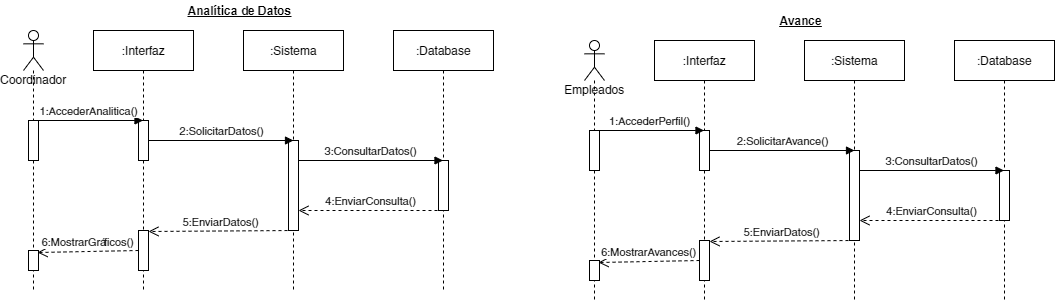
The draw.io diagram diagrams/C1.4_UML_Casos_de_uso_secuencia_clases/C1.4_Secuencia_2.png in edgarcastillo17/analisisavanzadosoftware, before a commit. Source tidied: cells renumbered, new cells last; positions are measured from the earlier drawing's top-left corner, leaving out a move shared by most shapes. Its diagram source:
```xml
<mxGraphModel>
  <root>
    <mxCell id="0" />
    <mxCell id="1" parent="0" />
    <mxCell id="2" value="Coordinador" style="shape=umlLifeline;participant=umlActor;perimeter=lifelinePerimeter;whiteSpace=wrap;html=1;verticalAlign=top;spacingTop=36;" parent="1" vertex="1">
      <mxGeometry y="30" width="20" height="260" as="geometry" />
    </mxCell>
    <mxCell id="3" style="html=1;perimeter=orthogonalPerimeter;" parent="2" vertex="1">
      <mxGeometry x="5" y="90" width="10" height="40" as="geometry" />
    </mxCell>
    <mxCell id="4" style="html=1;points=[];perimeter=orthogonalPerimeter;" parent="2" vertex="1">
      <mxGeometry x="5" y="220" width="10" height="20" as="geometry" />
    </mxCell>
    <mxCell id="5" value=":Interfaz" style="shape=umlLifeline;perimeter=lifelinePerimeter;whiteSpace=wrap;html=1;" parent="1" vertex="1">
      <mxGeometry x="70" y="30" width="100" height="260" as="geometry" />
    </mxCell>
    <mxCell id="6" style="html=1;perimeter=orthogonalPerimeter;" parent="5" vertex="1">
      <mxGeometry x="45" y="90" width="10" height="40" as="geometry" />
    </mxCell>
    <mxCell id="7" style="html=1;points=[];perimeter=orthogonalPerimeter;" parent="5" vertex="1">
      <mxGeometry x="45" y="200" width="10" height="40" as="geometry" />
    </mxCell>
    <mxCell id="8" value=":Sistema" style="shape=umlLifeline;perimeter=lifelinePerimeter;whiteSpace=wrap;html=1;" parent="1" vertex="1">
      <mxGeometry x="220" y="30" width="100" height="260" as="geometry" />
    </mxCell>
    <mxCell id="9" style="html=1;points=[];perimeter=orthogonalPerimeter;" parent="8" vertex="1">
      <mxGeometry x="45" y="110" width="10" height="90" as="geometry" />
    </mxCell>
    <mxCell id="10" value=":Database" style="shape=umlLifeline;perimeter=lifelinePerimeter;whiteSpace=wrap;html=1;outlineConnect=0;" parent="1" vertex="1">
      <mxGeometry x="370" y="30" width="100" height="260" as="geometry" />
    </mxCell>
    <mxCell id="11" style="html=1;perimeter=orthogonalPerimeter;" parent="10" vertex="1">
      <mxGeometry x="45" y="130" width="10" height="50" as="geometry" />
    </mxCell>
    <mxCell id="12" value="1:AccederAnalitica()" style="html=1;verticalAlign=bottom;endArrow=block;" parent="1" edge="1">
      <mxGeometry relative="1" as="geometry">
        <mxPoint x="10" y="120" as="sourcePoint" />
        <mxPoint x="119.5" y="120" as="targetPoint" />
      </mxGeometry>
    </mxCell>
    <mxCell id="13" value="2:SolicitarDatos()" style="html=1;verticalAlign=bottom;endArrow=block;entryX=0.5;entryY=0;entryDx=0;entryDy=0;entryPerimeter=0;" parent="1" edge="1" target="9">
      <mxGeometry relative="1" as="geometry">
        <mxPoint x="125" y="140" as="sourcePoint" />
      </mxGeometry>
    </mxCell>
    <mxCell id="14" value="3:ConsultarDatos()" style="html=1;verticalAlign=bottom;endArrow=block;" parent="1" edge="1" target="10">
      <mxGeometry relative="1" as="geometry">
        <mxPoint x="275" y="160" as="sourcePoint" />
      </mxGeometry>
    </mxCell>
    <mxCell id="15" value="4:EnviarConsulta()" style="html=1;verticalAlign=bottom;endArrow=open;dashed=1;endSize=8;" parent="1" edge="1" target="9">
      <mxGeometry relative="1" as="geometry">
        <mxPoint x="420" y="210" as="sourcePoint" />
      </mxGeometry>
    </mxCell>
    <mxCell id="16" value="5:EnviarDatos()" style="html=1;verticalAlign=bottom;endArrow=open;dashed=1;endSize=8;entryX=1;entryY=0.025;entryDx=0;entryDy=0;entryPerimeter=0;" parent="1" edge="1" target="7">
      <mxGeometry relative="1" as="geometry">
        <mxPoint x="270" y="230" as="sourcePoint" />
      </mxGeometry>
    </mxCell>
    <mxCell id="17" value="6:MostrarGráficos()" style="html=1;verticalAlign=bottom;endArrow=open;dashed=1;endSize=8;entryX=0.9;entryY=0.1;entryDx=0;entryDy=0;entryPerimeter=0;" parent="1" edge="1" target="4">
      <mxGeometry relative="1" as="geometry">
        <mxPoint x="115" y="250" as="sourcePoint" />
      </mxGeometry>
    </mxCell>
    <mxCell id="18" value="&lt;b&gt;&lt;u&gt;Analítica de Datos&lt;/u&gt;&lt;/b&gt;" style="text;html=1;align=center;verticalAlign=middle;" parent="1" vertex="1">
      <mxGeometry x="156" width="120" height="20" as="geometry" />
    </mxCell>
    <mxCell id="19" value="Empleados" style="shape=umlLifeline;participant=umlActor;perimeter=lifelinePerimeter;whiteSpace=wrap;html=1;verticalAlign=top;spacingTop=36;" parent="1" vertex="1">
      <mxGeometry x="561" y="40" width="20" height="260" as="geometry" />
    </mxCell>
    <mxCell id="20" style="html=1;perimeter=orthogonalPerimeter;" parent="19" vertex="1">
      <mxGeometry x="5" y="90" width="10" height="40" as="geometry" />
    </mxCell>
    <mxCell id="21" style="html=1;points=[];perimeter=orthogonalPerimeter;" parent="19" vertex="1">
      <mxGeometry x="5" y="220" width="10" height="20" as="geometry" />
    </mxCell>
    <mxCell id="22" value=":Interfaz" style="shape=umlLifeline;perimeter=lifelinePerimeter;whiteSpace=wrap;html=1;" parent="1" vertex="1">
      <mxGeometry x="631" y="40" width="100" height="260" as="geometry" />
    </mxCell>
    <mxCell id="23" style="html=1;perimeter=orthogonalPerimeter;" parent="22" vertex="1">
      <mxGeometry x="45" y="90" width="10" height="40" as="geometry" />
    </mxCell>
    <mxCell id="24" style="html=1;points=[];perimeter=orthogonalPerimeter;" parent="22" vertex="1">
      <mxGeometry x="45" y="200" width="10" height="40" as="geometry" />
    </mxCell>
    <mxCell id="25" value=":Sistema" style="shape=umlLifeline;perimeter=lifelinePerimeter;whiteSpace=wrap;html=1;" parent="1" vertex="1">
      <mxGeometry x="781" y="40" width="100" height="260" as="geometry" />
    </mxCell>
    <mxCell id="26" style="html=1;points=[];perimeter=orthogonalPerimeter;" parent="25" vertex="1">
      <mxGeometry x="45" y="110" width="10" height="90" as="geometry" />
    </mxCell>
    <mxCell id="27" value=":Database" style="shape=umlLifeline;perimeter=lifelinePerimeter;whiteSpace=wrap;html=1;outlineConnect=0;" parent="1" vertex="1">
      <mxGeometry x="931" y="40" width="100" height="260" as="geometry" />
    </mxCell>
    <mxCell id="28" style="html=1;perimeter=orthogonalPerimeter;" parent="27" vertex="1">
      <mxGeometry x="45" y="130" width="10" height="50" as="geometry" />
    </mxCell>
    <mxCell id="29" value="1:AccederPerfil()" style="html=1;verticalAlign=bottom;endArrow=block;" parent="1" edge="1">
      <mxGeometry relative="1" as="geometry">
        <mxPoint x="571" y="130" as="sourcePoint" />
        <mxPoint x="680.5" y="130" as="targetPoint" />
      </mxGeometry>
    </mxCell>
    <mxCell id="30" value="2:SolicitarAvance()" style="html=1;verticalAlign=bottom;endArrow=block;entryX=0.5;entryY=0;entryDx=0;entryDy=0;entryPerimeter=0;" parent="1" edge="1" target="26">
      <mxGeometry relative="1" as="geometry">
        <mxPoint x="686" y="150" as="sourcePoint" />
      </mxGeometry>
    </mxCell>
    <mxCell id="31" value="3:ConsultarDatos()" style="html=1;verticalAlign=bottom;endArrow=block;" parent="1" edge="1" target="27">
      <mxGeometry relative="1" as="geometry">
        <mxPoint x="836" y="170" as="sourcePoint" />
      </mxGeometry>
    </mxCell>
    <mxCell id="32" value="4:EnviarConsulta()" style="html=1;verticalAlign=bottom;endArrow=open;dashed=1;endSize=8;" parent="1" edge="1" target="26">
      <mxGeometry relative="1" as="geometry">
        <mxPoint x="981" y="220" as="sourcePoint" />
      </mxGeometry>
    </mxCell>
    <mxCell id="33" value="5:EnviarDatos()" style="html=1;verticalAlign=bottom;endArrow=open;dashed=1;endSize=8;entryX=1;entryY=0.025;entryDx=0;entryDy=0;entryPerimeter=0;" parent="1" edge="1" target="24">
      <mxGeometry relative="1" as="geometry">
        <mxPoint x="831" y="240" as="sourcePoint" />
      </mxGeometry>
    </mxCell>
    <mxCell id="34" value="6:MostrarAvances()" style="html=1;verticalAlign=bottom;endArrow=open;dashed=1;endSize=8;entryX=0.9;entryY=0.1;entryDx=0;entryDy=0;entryPerimeter=0;" parent="1" edge="1" target="21">
      <mxGeometry relative="1" as="geometry">
        <mxPoint x="676" y="260" as="sourcePoint" />
      </mxGeometry>
    </mxCell>
    <mxCell id="35" value="&lt;b&gt;&lt;u&gt;Avance&lt;/u&gt;&lt;/b&gt;" style="text;html=1;align=center;verticalAlign=middle;" parent="1" vertex="1">
      <mxGeometry x="747" y="10" width="60" height="20" as="geometry" />
    </mxCell>
  </root>
</mxGraphModel>
```
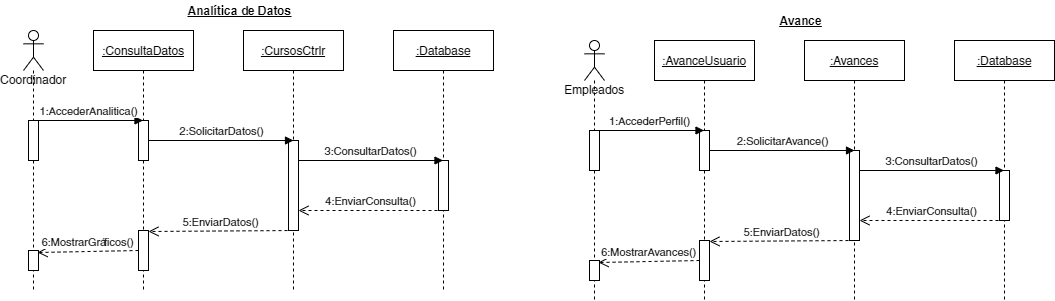
After the change.

Diff of the diagram source:
```diff
@@ -11,7 +11,7 @@
     <mxCell id="4" style="html=1;points=[];perimeter=orthogonalPerimeter;" parent="2" vertex="1">
       <mxGeometry x="5" y="220" width="10" height="20" as="geometry" />
     </mxCell>
-    <mxCell id="5" value=":Interfaz" style="shape=umlLifeline;perimeter=lifelinePerimeter;whiteSpace=wrap;html=1;" parent="1" vertex="1">
+    <mxCell id="5" value="&lt;u&gt;:ConsultaDatos&lt;/u&gt;" style="shape=umlLifeline;perimeter=lifelinePerimeter;whiteSpace=wrap;html=1;" parent="1" vertex="1">
       <mxGeometry x="70" y="30" width="100" height="260" as="geometry" />
     </mxCell>
     <mxCell id="6" style="html=1;perimeter=orthogonalPerimeter;" parent="5" vertex="1">
@@ -20,13 +20,13 @@
     <mxCell id="7" style="html=1;points=[];perimeter=orthogonalPerimeter;" parent="5" vertex="1">
       <mxGeometry x="45" y="200" width="10" height="40" as="geometry" />
     </mxCell>
-    <mxCell id="8" value=":Sistema" style="shape=umlLifeline;perimeter=lifelinePerimeter;whiteSpace=wrap;html=1;" parent="1" vertex="1">
+    <mxCell id="8" value="&lt;u&gt;:CursosCtrlr&lt;/u&gt;" style="shape=umlLifeline;perimeter=lifelinePerimeter;whiteSpace=wrap;html=1;" parent="1" vertex="1">
       <mxGeometry x="220" y="30" width="100" height="260" as="geometry" />
     </mxCell>
     <mxCell id="9" style="html=1;points=[];perimeter=orthogonalPerimeter;" parent="8" vertex="1">
       <mxGeometry x="45" y="110" width="10" height="90" as="geometry" />
     </mxCell>
-    <mxCell id="10" value=":Database" style="shape=umlLifeline;perimeter=lifelinePerimeter;whiteSpace=wrap;html=1;outlineConnect=0;" parent="1" vertex="1">
+    <mxCell id="10" value="&lt;u&gt;:Database&lt;/u&gt;" style="shape=umlLifeline;perimeter=lifelinePerimeter;whiteSpace=wrap;html=1;outlineConnect=0;" parent="1" vertex="1">
       <mxGeometry x="370" y="30" width="100" height="260" as="geometry" />
     </mxCell>
     <mxCell id="11" style="html=1;perimeter=orthogonalPerimeter;" parent="10" vertex="1">
@@ -75,7 +75,7 @@
     <mxCell id="21" style="html=1;points=[];perimeter=orthogonalPerimeter;" parent="19" vertex="1">
       <mxGeometry x="5" y="220" width="10" height="20" as="geometry" />
     </mxCell>
-    <mxCell id="22" value=":Interfaz" style="shape=umlLifeline;perimeter=lifelinePerimeter;whiteSpace=wrap;html=1;" parent="1" vertex="1">
+    <mxCell id="22" value="&lt;u&gt;:AvanceUsuario&lt;/u&gt;" style="shape=umlLifeline;perimeter=lifelinePerimeter;whiteSpace=wrap;html=1;" parent="1" vertex="1">
       <mxGeometry x="631" y="40" width="100" height="260" as="geometry" />
     </mxCell>
     <mxCell id="23" style="html=1;perimeter=orthogonalPerimeter;" parent="22" vertex="1">
@@ -84,13 +84,13 @@
     <mxCell id="24" style="html=1;points=[];perimeter=orthogonalPerimeter;" parent="22" vertex="1">
       <mxGeometry x="45" y="200" width="10" height="40" as="geometry" />
     </mxCell>
-    <mxCell id="25" value=":Sistema" style="shape=umlLifeline;perimeter=lifelinePerimeter;whiteSpace=wrap;html=1;" parent="1" vertex="1">
+    <mxCell id="25" value="&lt;u&gt;:Avances&lt;/u&gt;" style="shape=umlLifeline;perimeter=lifelinePerimeter;whiteSpace=wrap;html=1;" parent="1" vertex="1">
       <mxGeometry x="781" y="40" width="100" height="260" as="geometry" />
     </mxCell>
     <mxCell id="26" style="html=1;points=[];perimeter=orthogonalPerimeter;" parent="25" vertex="1">
       <mxGeometry x="45" y="110" width="10" height="90" as="geometry" />
     </mxCell>
-    <mxCell id="27" value=":Database" style="shape=umlLifeline;perimeter=lifelinePerimeter;whiteSpace=wrap;html=1;outlineConnect=0;" parent="1" vertex="1">
+    <mxCell id="27" value="&lt;u&gt;:Database&lt;/u&gt;" style="shape=umlLifeline;perimeter=lifelinePerimeter;whiteSpace=wrap;html=1;outlineConnect=0;" parent="1" vertex="1">
       <mxGeometry x="931" y="40" width="100" height="260" as="geometry" />
     </mxCell>
     <mxCell id="28" style="html=1;perimeter=orthogonalPerimeter;" parent="27" vertex="1">
```
